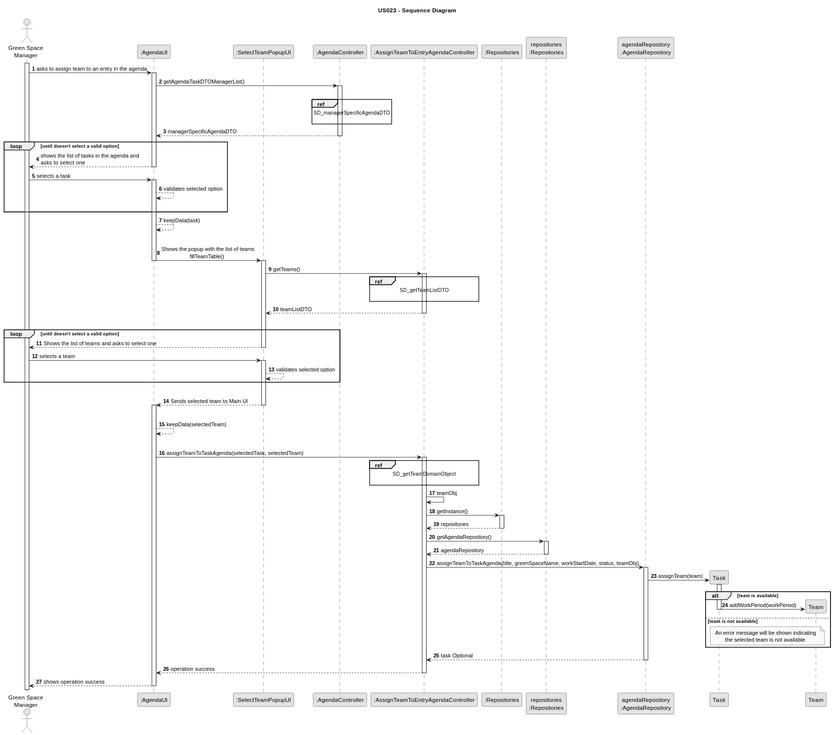
The PlantUML diagram docs/sprintC/us023/03.design/svg/us023-sequence-diagram.svg in Rui-San/LAPR2_2023_2024, before a commit.
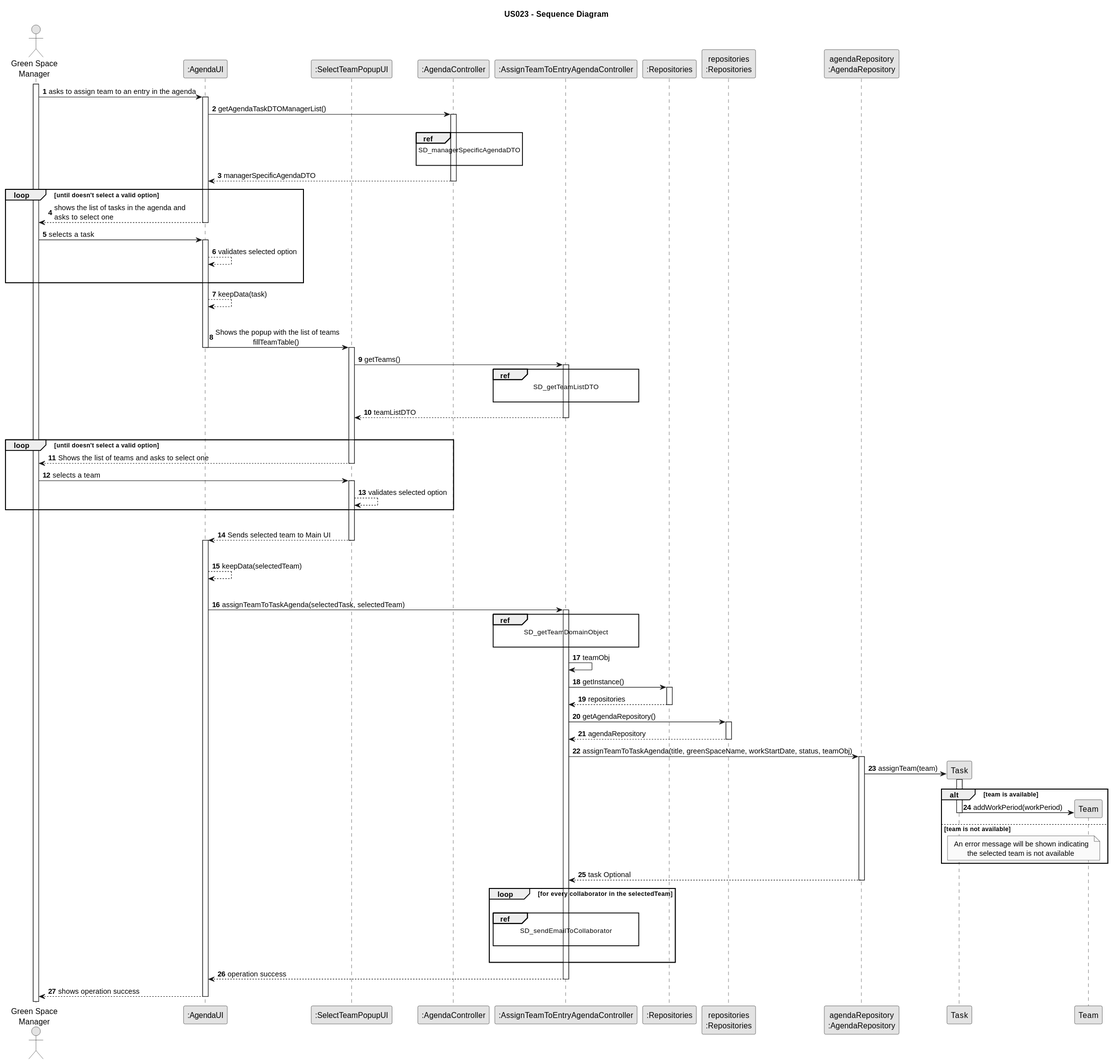
After the change.

The edit, as a diff of the source:
```diff
@@ -121,6 +121,15 @@
                     end
 
                     AgendaRepository --> CTRL : task Optional
+                deactivate AgendaRepository
+            loop for every collaborator in the selectedTeam
+            |||
+                    ref over CTRL
+                        SD_sendEmailToCollaborator
+
+                        end ref
+                        |||
+            end loop
                     deactivate AgendaRepository
 
 
```
